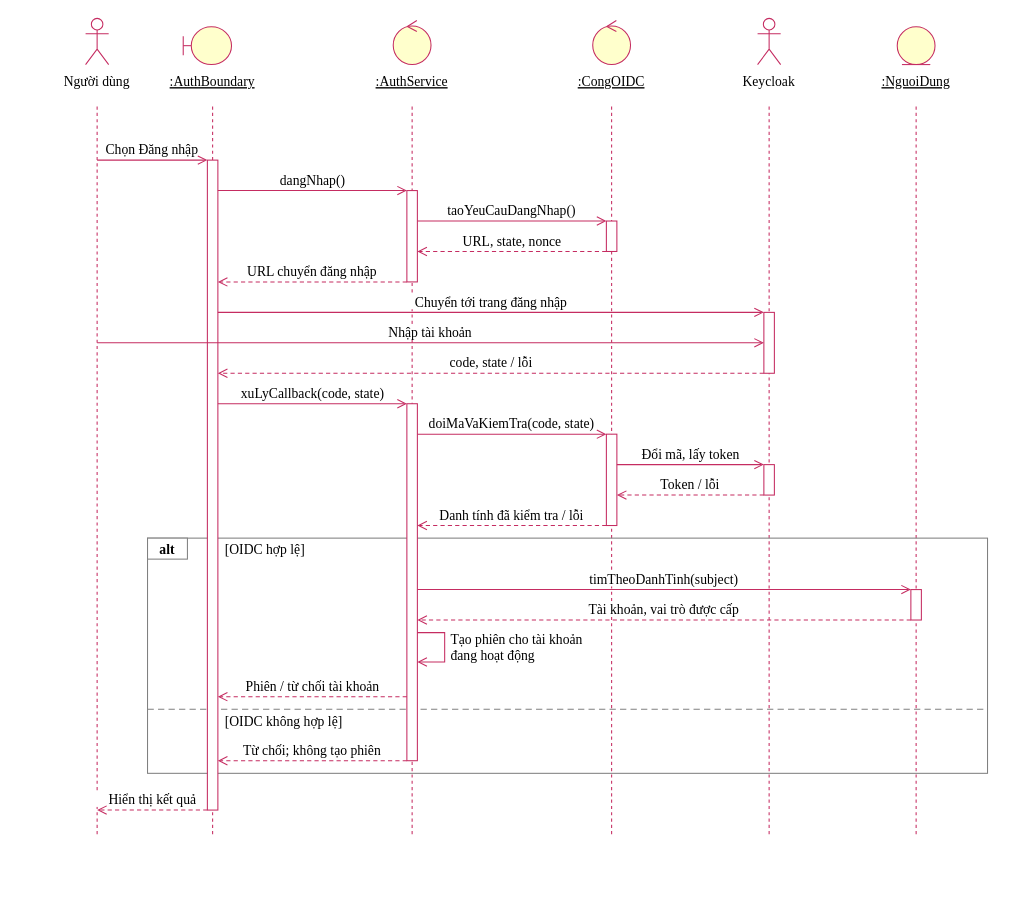
The draw.io diagram docs/so_do/drawio/So_do_3_06_Tuan_tu_Dang_nhap.drawio in kanishere55/OOSD_NenTangDieuPhoi_TNV, before the edit. Source tidied: cells renumbered, new cells numbered last; positions are measured from the earlier drawing's top-left corner, leaving out a move shared by most shapes. Both pictures are drawn from the tidied source at 105%, with x=0, y=0 at pixel (18, 18).
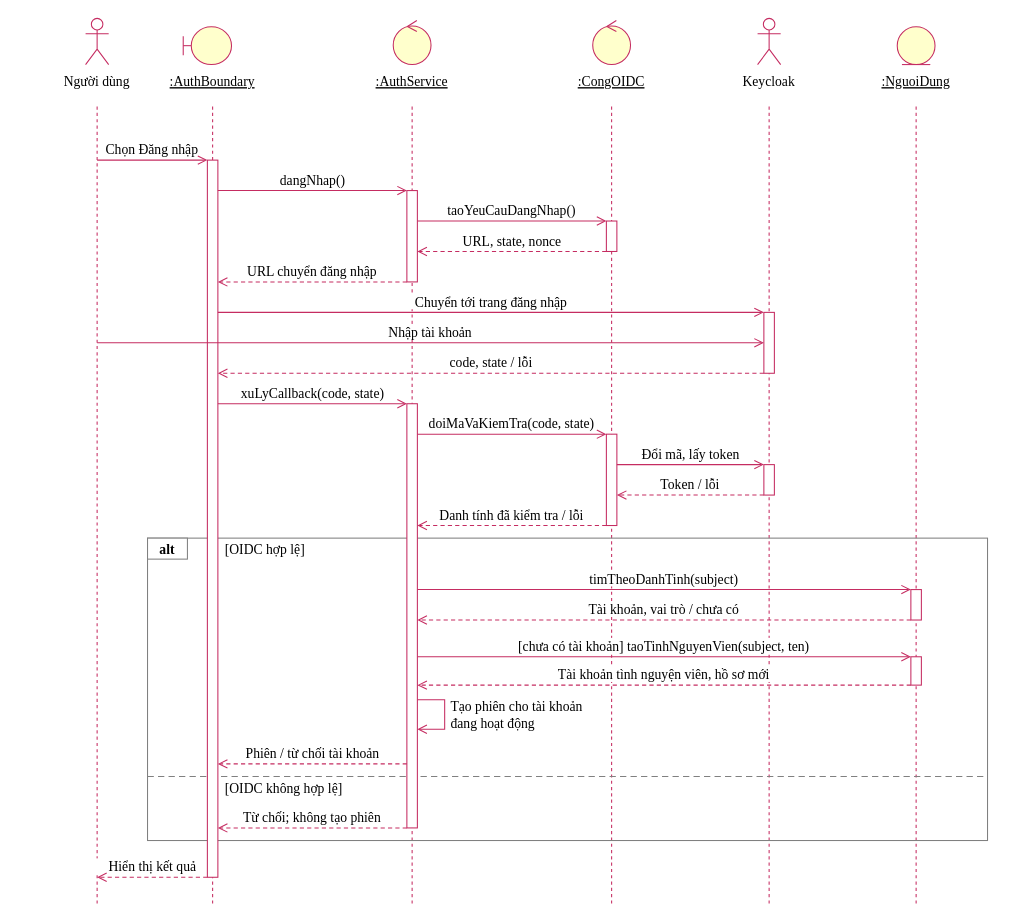
The same diagram, later.

The edit, as a diff of the source:
```diff
@@
     <mxCell id="4" style="html=0;endArrow=none;dashed=1;dashPattern=3 3;strokeColor=#c52c61;strokeWidth=1;" parent="1" edge="1">
       <mxGeometry relative="1" as="geometry">
         <mxPoint x="75" y="84" as="sourcePoint" />
-        <mxPoint x="75" y="780" as="targetPoint" />
+        <mxPoint x="75" y="844" as="targetPoint" />
       </mxGeometry>
     </mxCell>
@@
     <mxCell id="7" style="html=0;endArrow=none;dashed=1;dashPattern=3 3;strokeColor=#c52c61;strokeWidth=1;" parent="1" edge="1">
       <mxGeometry relative="1" as="geometry">
         <mxPoint x="185" y="84" as="sourcePoint" />
-        <mxPoint x="185" y="780" as="targetPoint" />
+        <mxPoint x="185" y="844" as="targetPoint" />
       </mxGeometry>
     </mxCell>
@@
     <mxCell id="10" style="html=0;endArrow=none;dashed=1;dashPattern=3 3;strokeColor=#c52c61;strokeWidth=1;" parent="1" edge="1">
       <mxGeometry relative="1" as="geometry">
         <mxPoint x="375" y="84" as="sourcePoint" />
-        <mxPoint x="375" y="780" as="targetPoint" />
+        <mxPoint x="375" y="844" as="targetPoint" />
       </mxGeometry>
     </mxCell>
@@
     <mxCell id="13" style="html=0;endArrow=none;dashed=1;dashPattern=3 3;strokeColor=#c52c61;strokeWidth=1;" parent="1" edge="1">
       <mxGeometry relative="1" as="geometry">
         <mxPoint x="565" y="84" as="sourcePoint" />
-        <mxPoint x="565" y="780" as="targetPoint" />
+        <mxPoint x="565" y="844" as="targetPoint" />
       </mxGeometry>
     </mxCell>
@@
     <mxCell id="16" style="html=0;endArrow=none;dashed=1;dashPattern=3 3;strokeColor=#c52c61;strokeWidth=1;" parent="1" edge="1">
       <mxGeometry relative="1" as="geometry">
         <mxPoint x="715" y="84" as="sourcePoint" />
-        <mxPoint x="715" y="780" as="targetPoint" />
+        <mxPoint x="715" y="844" as="targetPoint" />
       </mxGeometry>
     </mxCell>
@@
     <mxCell id="19" style="html=0;endArrow=none;dashed=1;dashPattern=3 3;strokeColor=#c52c61;strokeWidth=1;" parent="1" edge="1">
       <mxGeometry relative="1" as="geometry">
         <mxPoint x="855" y="84" as="sourcePoint" />
-        <mxPoint x="855" y="780" as="targetPoint" />
+        <mxPoint x="855" y="844" as="targetPoint" />
       </mxGeometry>
     </mxCell>
     <mxCell id="20" style="html=0;rounded=0;fillColor=none;strokeColor=#808080;strokeWidth=1;" parent="1" vertex="1">
-      <mxGeometry x="123" y="495" width="800" height="224" as="geometry" />
+      <mxGeometry x="123" y="495" width="800" height="288" as="geometry" />
     </mxCell>
@@
     <mxCell id="22" style="html=0;endArrow=none;dashed=1;dashPattern=6 4;strokeColor=#808080;strokeWidth=1;" parent="1" edge="1">
       <mxGeometry relative="1" as="geometry">
-        <mxPoint x="123" y="658" as="sourcePoint" />
-        <mxPoint x="923" y="658" as="targetPoint" />
+        <mxPoint x="123" y="722" as="sourcePoint" />
+        <mxPoint x="923" y="722" as="targetPoint" />
       </mxGeometry>
     </mxCell>
@@
-    <mxCell id="38" value="Tài khoản, vai trò được cấp" style="text;html=0;whiteSpace=wrap;fontFamily=Times New Roman;fontSize=13;fontColor=#000000;strokeColor=none;fillColor=#ffffff;align=center;verticalAlign=middle;spacing=0;fontStyle=0;" parent="1" vertex="1">
+    <mxCell id="38" value="Tài khoản, vai trò / chưa có" style="text;html=0;whiteSpace=wrap;fontFamily=Times New Roman;fontSize=13;fontColor=#000000;strokeColor=none;fillColor=#ffffff;align=center;verticalAlign=middle;spacing=0;fontStyle=0;" parent="1" vertex="1">
       <mxGeometry x="524.2" y="555" width="181.5" height="15" as="geometry" />
     </mxCell>
     <mxCell id="39" value="Tạo phiên cho tài khoản&#10;đang hoạt động" style="text;html=0;whiteSpace=wrap;fontFamily=Times New Roman;fontSize=13;fontColor=#000000;strokeColor=none;fillColor=none;align=left;verticalAlign=middle;spacing=0;fontStyle=0;" parent="1" vertex="1">
-      <mxGeometry x="412" y="584" width="155.5" height="30" as="geometry" />
+      <mxGeometry x="412" y="648" width="155.5" height="30" as="geometry" />
     </mxCell>
     <mxCell id="40" value="Phiên / từ chối tài khoản" style="text;html=0;whiteSpace=wrap;fontFamily=Times New Roman;fontSize=13;fontColor=#000000;strokeColor=none;fillColor=#ffffff;align=center;verticalAlign=middle;spacing=0;fontStyle=0;" parent="1" vertex="1">
-      <mxGeometry x="195.8" y="628" width="168.5" height="15" as="geometry" />
+      <mxGeometry x="195.8" y="692" width="168.5" height="15" as="geometry" />
     </mxCell>
     <mxCell id="41" value="[OIDC không hợp lệ]" style="text;html=0;whiteSpace=wrap;fontFamily=Times New Roman;fontSize=13;fontColor=#000000;strokeColor=none;fillColor=#ffffff;align=left;verticalAlign=middle;spacing=0;fontStyle=0;" parent="1" vertex="1">
-      <mxGeometry x="197" y="661" width="129.5" height="16" as="geometry" />
+      <mxGeometry x="197" y="725" width="129.5" height="16" as="geometry" />
     </mxCell>
     <mxCell id="42" value="Từ chối; không tạo phiên" style="text;html=0;whiteSpace=wrap;fontFamily=Times New Roman;fontSize=13;fontColor=#000000;strokeColor=none;fillColor=#ffffff;align=center;verticalAlign=middle;spacing=0;fontStyle=0;" parent="1" vertex="1">
-      <mxGeometry x="199" y="689" width="162" height="15" as="geometry" />
+      <mxGeometry x="199" y="753" width="162" height="15" as="geometry" />
     </mxCell>
     <mxCell id="43" value="Hiển thị kết quả" style="text;html=0;whiteSpace=wrap;fontFamily=Times New Roman;fontSize=13;fontColor=#000000;strokeColor=none;fillColor=#ffffff;align=center;verticalAlign=middle;spacing=0;fontStyle=0;" parent="1" vertex="1">
-      <mxGeometry x="72.5" y="736" width="110" height="15" as="geometry" />
+      <mxGeometry x="72.5" y="800" width="110" height="15" as="geometry" />
     </mxCell>
     <mxCell id="44" style="html=0;rounded=0;fillColor=#ffffff;strokeColor=#c52c61;strokeWidth=1;" parent="1" vertex="1">
-      <mxGeometry x="180" y="135" width="10" height="619" as="geometry" />
+      <mxGeometry x="180" y="135" width="10" height="683" as="geometry" />
     </mxCell>
@@
     <mxCell id="46" style="html=0;rounded=0;fillColor=#ffffff;strokeColor=#c52c61;strokeWidth=1;" parent="1" vertex="1">
-      <mxGeometry x="370" y="367" width="10" height="340" as="geometry" />
+      <mxGeometry x="370" y="367" width="10" height="404" as="geometry" />
     </mxCell>
@@
     <mxCell id="67" style="html=0;rounded=0;strokeColor=#c52c61;strokeWidth=1;endArrow=open;endSize=7;" parent="1" edge="1">
       <mxGeometry relative="1" as="geometry">
-        <mxPoint x="380" y="585" as="sourcePoint" />
-        <mxPoint x="380" y="613" as="targetPoint" />
+        <mxPoint x="380" y="649" as="sourcePoint" />
+        <mxPoint x="380" y="677" as="targetPoint" />
         <Array as="points">
-          <mxPoint x="406" y="585" />
-          <mxPoint x="406" y="613" />
+          <mxPoint x="406" y="649" />
+          <mxPoint x="406" y="677" />
         </Array>
       </mxGeometry>
     </mxCell>
     <mxCell id="68" style="html=0;rounded=0;strokeColor=#c52c61;strokeWidth=1;endArrow=open;endSize=7;dashed=1;dashPattern=4 3;" parent="1" edge="1">
       <mxGeometry relative="1" as="geometry">
-        <mxPoint x="370" y="646" as="sourcePoint" />
-        <mxPoint x="190" y="646" as="targetPoint" />
+        <mxPoint x="370" y="710" as="sourcePoint" />
+        <mxPoint x="190" y="710" as="targetPoint" />
       </mxGeometry>
     </mxCell>
     <mxCell id="69" style="html=0;rounded=0;strokeColor=#c52c61;strokeWidth=1;endArrow=open;endSize=7;dashed=1;dashPattern=4 3;" parent="1" edge="1">
       <mxGeometry relative="1" as="geometry">
-        <mxPoint x="370" y="707" as="sourcePoint" />
-        <mxPoint x="190" y="707" as="targetPoint" />
+        <mxPoint x="370" y="771" as="sourcePoint" />
+        <mxPoint x="190" y="771" as="targetPoint" />
       </mxGeometry>
     </mxCell>
     <mxCell id="70" style="html=0;rounded=0;strokeColor=#c52c61;strokeWidth=1;endArrow=open;endSize=7;dashed=1;dashPattern=4 3;" parent="1" edge="1">
       <mxGeometry relative="1" as="geometry">
-        <mxPoint x="180" y="754" as="sourcePoint" />
-        <mxPoint x="75" y="754" as="targetPoint" />
+        <mxPoint x="180" y="818" as="sourcePoint" />
+        <mxPoint x="75" y="818" as="targetPoint" />
       </mxGeometry>
     </mxCell>
+    <mxCell id="71" style="html=0;rounded=0;strokeColor=#c52c61;strokeWidth=1;endArrow=open;endSize=7;" parent="1" edge="1">
+      <mxGeometry relative="1" as="geometry">
+        <mxPoint x="380" y="608" as="sourcePoint" />
+        <mxPoint x="850" y="608" as="targetPoint" />
+      </mxGeometry>
+    </mxCell>
+    <mxCell id="72" value="[chưa có tài khoản] taoTinhNguyenVien(subject, ten)" style="text;html=0;whiteSpace=wrap;fontFamily=Times New Roman;fontSize=13;fontColor=#000000;strokeColor=none;fillColor=#ffffff;align=center;verticalAlign=middle;spacing=0;fontStyle=0;" parent="1" vertex="1">
+      <mxGeometry x="448" y="590" width="334" height="15" as="geometry" />
+    </mxCell>
+    <mxCell id="73" style="html=0;rounded=0;fillColor=#ffffff;strokeColor=#c52c61;strokeWidth=1;" parent="1" vertex="1">
+      <mxGeometry x="850" y="608" width="10" height="27" as="geometry" />
+    </mxCell>
+    <mxCell id="74" style="html=0;rounded=0;strokeColor=#c52c61;strokeWidth=1;endArrow=open;endSize=7;dashed=1;dashPattern=4 3;" parent="1" edge="1">
+      <mxGeometry relative="1" as="geometry">
+        <mxPoint x="850" y="635" as="sourcePoint" />
+        <mxPoint x="380" y="635" as="targetPoint" />
+      </mxGeometry>
+    </mxCell>
+    <mxCell id="75" value="Tài khoản tình nguyện viên, hồ sơ mới" style="text;html=0;whiteSpace=wrap;fontFamily=Times New Roman;fontSize=13;fontColor=#000000;strokeColor=none;fillColor=#ffffff;align=center;verticalAlign=middle;spacing=0;fontStyle=0;" parent="1" vertex="1">
+      <mxGeometry x="495" y="617" width="240" height="15" as="geometry" />
+    </mxCell>
```
